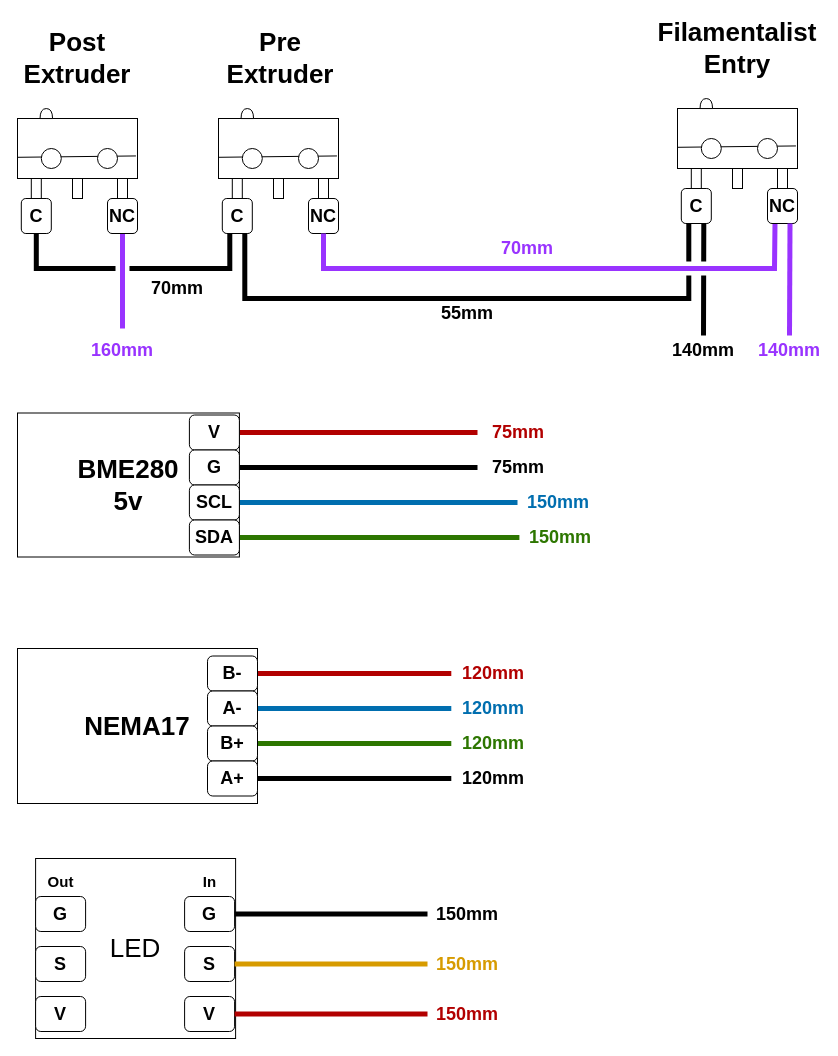
Earlier version of the draw.io diagram docs/assets/wiring_diagrams/EMU DIY Hatch wiring dimensions.drawio (martijnvanduijneveldt/EMU). Source tidied: cells renumbered, new cells numbered last; positions are measured from the earlier drawing's top-left corner, leaving out a move shared by most shapes. Both pictures are drawn from the tidied source at 100%, with x=0, y=0 at pixel (17, 18).
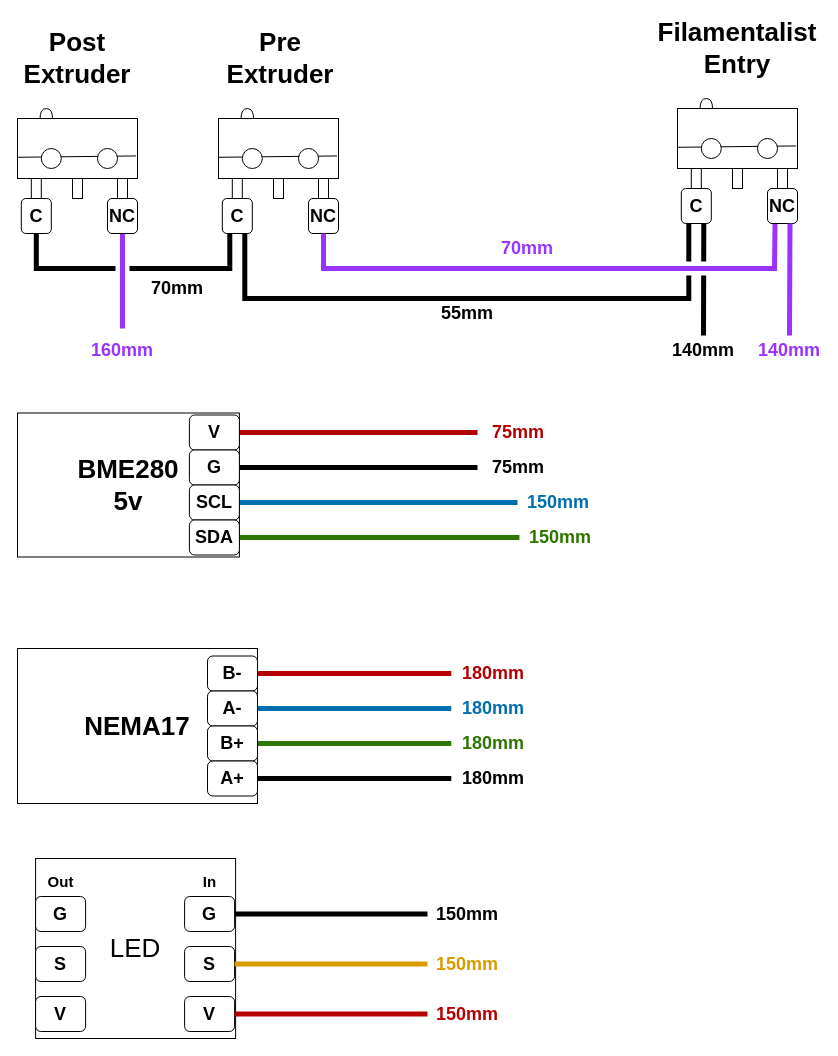
The same diagram, later.

Commit message (it also covers changes not shown here):
Fix wiring dimension for stepper

Change to the diagram source:
```diff
@@
-    <mxCell id="80" value="120mm" style="text;html=1;whiteSpace=wrap;strokeColor=none;fillColor=none;align=center;verticalAlign=middle;rounded=0;fontColor=light-dark(#b20000, #ededed);fontSize=18;fontStyle=1;spacingLeft=0;" parent="1" vertex="1">
+    <mxCell id="80" value="180mm" style="text;html=1;whiteSpace=wrap;strokeColor=none;fillColor=none;align=center;verticalAlign=middle;rounded=0;fontColor=light-dark(#b20000, #ededed);fontSize=18;fontStyle=1;spacingLeft=0;" parent="1" vertex="1">
       <mxGeometry x="433.8" y="640" width="83.8" height="30" as="geometry" />
     </mxCell>
-    <mxCell id="81" value="120mm" style="text;html=1;whiteSpace=wrap;strokeColor=none;fillColor=none;align=center;verticalAlign=middle;rounded=0;fontColor=default;fontSize=18;fontStyle=1;spacingLeft=0;" parent="1" vertex="1">
+    <mxCell id="81" value="180mm" style="text;html=1;whiteSpace=wrap;strokeColor=none;fillColor=none;align=center;verticalAlign=middle;rounded=0;fontColor=default;fontSize=18;fontStyle=1;spacingLeft=0;" parent="1" vertex="1">
       <mxGeometry x="433.8" y="745" width="83.8" height="30" as="geometry" />
     </mxCell>
-    <mxCell id="82" value="120mm" style="text;html=1;whiteSpace=wrap;strokeColor=none;fillColor=none;align=center;verticalAlign=middle;rounded=0;fontColor=light-dark(#006eaf, #ededed);fontSize=18;fontStyle=1;spacingLeft=0;" parent="1" vertex="1">
+    <mxCell id="82" value="180mm" style="text;html=1;whiteSpace=wrap;strokeColor=none;fillColor=none;align=center;verticalAlign=middle;rounded=0;fontColor=light-dark(#006eaf, #ededed);fontSize=18;fontStyle=1;spacingLeft=0;" parent="1" vertex="1">
       <mxGeometry x="433.8" y="675" width="83.8" height="30" as="geometry" />
     </mxCell>
@@
-    <mxCell id="84" value="120mm" style="text;html=1;whiteSpace=wrap;strokeColor=none;fillColor=none;align=center;verticalAlign=middle;rounded=0;fontColor=light-dark(#2d7600, #ededed);fontSize=18;fontStyle=1;spacingLeft=0;" parent="1" vertex="1">
+    <mxCell id="84" value="180mm" style="text;html=1;whiteSpace=wrap;strokeColor=none;fillColor=none;align=center;verticalAlign=middle;rounded=0;fontColor=light-dark(#2d7600, #ededed);fontSize=18;fontStyle=1;spacingLeft=0;" parent="1" vertex="1">
       <mxGeometry x="433.8" y="710" width="83.8" height="30" as="geometry" />
     </mxCell>
```
